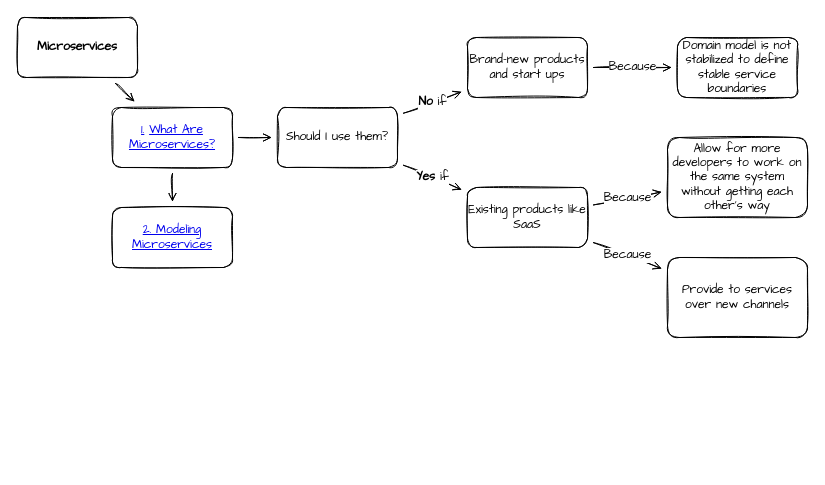
Before: page "MindMap" (1 of 6) of effective-microservices.drawio in zatsepinvl/effective-microservices, a draw.io diagram. Source tidied: cells renumbered, new cells numbered last; positions are measured from the earlier drawing's top-left corner, leaving out a move shared by most shapes. Both pictures are drawn from the tidied source at 100%, with x=0, y=0 at pixel (17, 17).
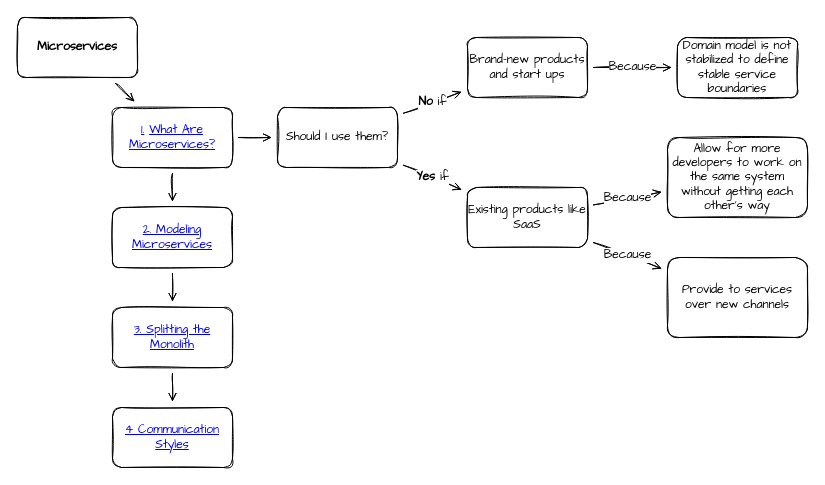
Above is the later version.

The change refers to these unchanged cells:
```xml
<mxCell id="7" value="&lt;a href=&quot;data:page/id,Yd3uey9nfjWOd4dYeOn4&quot;&gt;2. Modeling Microservices&lt;/a&gt;" style="whiteSpace=wrap;html=1;hachureGap=4;fontFamily=Comic Sans MS;fontSize=12;sketch=1;rounded=1;" parent="1" vertex="1">
  <mxGeometry x="95" y="190" width="120" height="60" as="geometry" />
</mxCell>
```

The edit, as a diff of the source:
```diff
@@
+    <mxCell id="19" style="edgeStyle=none;shape=connector;rounded=1;sketch=1;jumpSize=10;jettySize=auto;html=1;labelBackgroundColor=default;fontFamily=Comic Sans MS;fontSize=20;fontColor=default;endArrow=open;endFill=0;startSize=6;endSize=6;sourcePerimeterSpacing=6;targetPerimeterSpacing=6;strokeColor=default;" parent="1" edge="1" source="20" target="21">
+      <mxGeometry relative="1" as="geometry" />
+    </mxCell>
+    <mxCell id="20" value="&lt;a href=&quot;data:page/id,GT3XJOqNgCWXkEgDa_vI&quot;&gt;3. Splitting the Monolith&lt;/a&gt;" style="whiteSpace=wrap;html=1;hachureGap=4;fontFamily=Comic Sans MS;fontSize=12;sketch=1;rounded=1;" parent="1" vertex="1">
+      <mxGeometry x="95" y="290" width="120" height="60" as="geometry" />
+    </mxCell>
+    <mxCell id="21" value="&lt;a href=&quot;data:page/id,-emlwO8WseOiI5o1sVPK&quot;&gt;4 Communication Styles&lt;/a&gt;" style="whiteSpace=wrap;html=1;hachureGap=4;fontFamily=Comic Sans MS;fontSize=12;sketch=1;rounded=1;" parent="1" vertex="1">
+      <mxGeometry x="95" y="390" width="120" height="60" as="geometry" />
+    </mxCell>
+    <mxCell id="22" style="edgeStyle=none;sketch=1;jumpSize=10;jettySize=auto;html=1;fontFamily=Comic Sans MS;fontSize=20;endArrow=open;endFill=0;startSize=6;endSize=6;sourcePerimeterSpacing=6;targetPerimeterSpacing=6;" parent="1" edge="1" source="7" target="20">
+      <mxGeometry relative="1" as="geometry" />
+    </mxCell>
```
